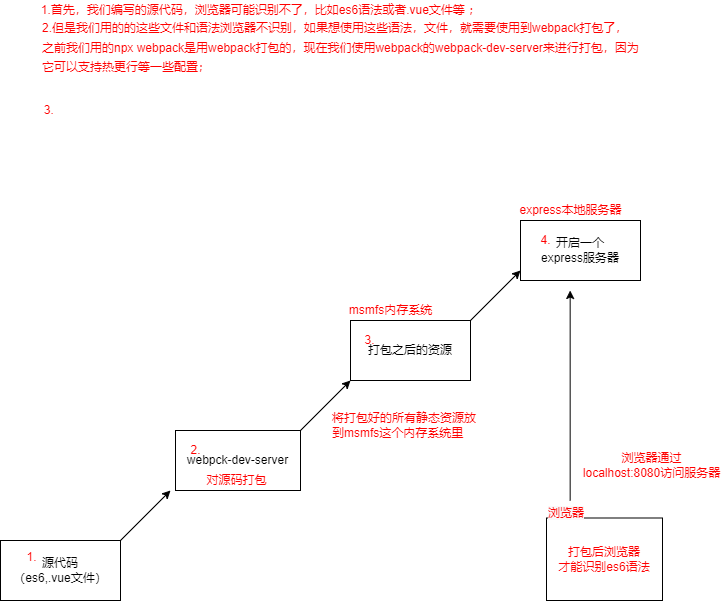
The draw.io diagram 前端学习思维导图/devServer打包流程.drawio.png in PrivateCodeWorld/learning-notes, before a commit. Source tidied: cells renumbered, new cells last; positions are measured from the earlier drawing's top-left corner, leaving out a move shared by most shapes.
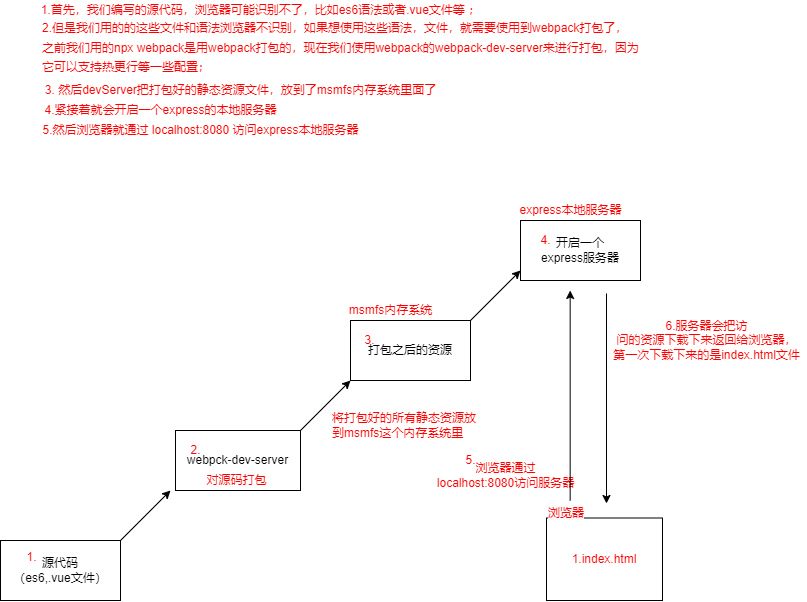
After the commit.

Commit message:
更新devServer打包流程.drawio.png

Change to the diagram source:
```diff
@@ -11,8 +11,8 @@
     <mxCell id="4" value="&lt;font style=&quot;font-size: 12px&quot;&gt;&lt;sup&gt;2.但是我们用的的这些文件和语法浏览器不识别，如果想使用这些语法，文件，就需要使用到webpack打包了，&lt;br&gt;之前我们用的npx webpack是用webpack打包的，现在我们使用webpack的webpack-dev-server来进行打包，因为&lt;br&gt;它可以支持热更行等一些配置；&lt;/sup&gt;&lt;/font&gt;" style="text;html=1;align=left;verticalAlign=middle;strokeColor=none;fillColor=none;fontColor=#FF0000;" parent="1" vertex="1">
       <mxGeometry x="40" y="20" width="610" height="60" as="geometry" />
     </mxCell>
-    <mxCell id="5" value="3.&amp;nbsp;" style="text;html=1;align=center;verticalAlign=middle;strokeColor=none;fillColor=none;fontColor=#FF0000;" parent="1" vertex="1">
-      <mxGeometry x="35" y="100" width="30" height="20" as="geometry" />
+    <mxCell id="5" value="3. 然后devServer把打包好的静态资源文件，放到了msmfs内存系统里面了" style="text;html=1;align=center;verticalAlign=middle;strokeColor=none;fillColor=none;fontColor=#FF0000;" parent="1" vertex="1">
+      <mxGeometry x="35" y="80" width="410" height="20" as="geometry" />
     </mxCell>
     <mxCell id="6" value="&lt;span&gt;1.&lt;/span&gt;" style="text;html=1;align=center;verticalAlign=middle;strokeColor=none;fillColor=none;fontColor=#FF0000;" parent="1" vertex="1">
       <mxGeometry x="16" y="547" width="30" height="20" as="geometry" />
@@ -68,14 +68,14 @@
     <mxCell id="20" value="express本地服务器" style="text;html=1;align=center;verticalAlign=middle;strokeColor=none;fillColor=none;fontSize=12;fontColor=#FF0000;" parent="1" vertex="1">
       <mxGeometry x="510" y="200" width="120" height="20" as="geometry" />
     </mxCell>
-    <mxCell id="21" value="打包后浏览器&lt;br&gt;才能识别es6语法" style="whiteSpace=wrap;html=1;fontSize=12;fontColor=#FF0000;" parent="1" vertex="1">
+    <mxCell id="21" value="1.index.html" style="whiteSpace=wrap;html=1;fontSize=12;fontColor=#FF0000;" parent="1" vertex="1">
       <mxGeometry x="546" y="517.5" width="116" height="82.5" as="geometry" />
     </mxCell>
     <mxCell id="22" value="&lt;span style=&quot;font-family: &amp;#34;helvetica&amp;#34; ; font-size: 12px ; font-style: normal ; font-weight: 400 ; letter-spacing: normal ; text-align: center ; text-indent: 0px ; text-transform: none ; word-spacing: 0px ; background-color: rgb(248 , 249 , 250) ; display: inline ; float: none&quot;&gt;浏览器&lt;/span&gt;" style="text;whiteSpace=wrap;html=1;fontSize=12;fontColor=#FF0000;" parent="1" vertex="1">
       <mxGeometry x="546" y="498.8" width="60" height="41.2" as="geometry" />
     </mxCell>
     <mxCell id="23" value="浏览器通过&lt;br&gt;localhost:8080访问服务器" style="text;html=1;align=center;verticalAlign=middle;strokeColor=none;fillColor=none;fontSize=12;fontColor=#FF0000;" parent="1" vertex="1">
-      <mxGeometry x="576" y="450" width="150" height="30" as="geometry" />
+      <mxGeometry x="430" y="460" width="150" height="30" as="geometry" />
     </mxCell>
     <mxCell id="24" style="edgeStyle=orthogonalEdgeStyle;rounded=0;orthogonalLoop=1;jettySize=auto;html=1;fontSize=12;fontColor=#FF0000;" parent="1" edge="1">
       <mxGeometry relative="1" as="geometry">
@@ -83,5 +83,23 @@
         <mxPoint x="569.7" y="290" as="targetPoint" />
       </mxGeometry>
     </mxCell>
+    <mxCell id="25" value="5." style="text;html=1;align=center;verticalAlign=middle;strokeColor=none;fillColor=none;fontSize=12;fontColor=#FF0000;" parent="1" vertex="1">
+      <mxGeometry x="455" y="450" width="30" height="20" as="geometry" />
+    </mxCell>
+    <mxCell id="26" value="4.紧接着就会开启一个express的本地服务器" style="text;html=1;align=center;verticalAlign=middle;strokeColor=none;fillColor=none;fontSize=12;fontColor=#FF0000;" parent="1" vertex="1">
+      <mxGeometry x="35" y="100" width="250" height="20" as="geometry" />
+    </mxCell>
+    <mxCell id="27" value="5.然后浏览器就通过 localhost:8080 访问express本地服务器" style="text;html=1;align=center;verticalAlign=middle;strokeColor=none;fillColor=none;fontSize=12;fontColor=#FF0000;" parent="1" vertex="1">
+      <mxGeometry x="35" y="120" width="330" height="20" as="geometry" />
+    </mxCell>
+    <mxCell id="28" style="edgeStyle=orthogonalEdgeStyle;rounded=0;orthogonalLoop=1;jettySize=auto;html=1;fontSize=12;fontColor=#FF0000;" parent="1" edge="1">
+      <mxGeometry relative="1" as="geometry">
+        <mxPoint x="606" y="293" as="sourcePoint" />
+        <mxPoint x="606" y="503" as="targetPoint" />
+      </mxGeometry>
+    </mxCell>
+    <mxCell id="29" value="6.服务器会把访&lt;br&gt;问的资源下载下来返回给浏览器，&lt;br&gt;第一次下载下来的是index.html文件" style="text;html=1;align=center;verticalAlign=middle;strokeColor=none;fillColor=none;fontSize=12;fontColor=#FF0000;" parent="1" vertex="1">
+      <mxGeometry x="606" y="315" width="200" height="50" as="geometry" />
+    </mxCell>
   </root>
 </mxGraphModel>
```
